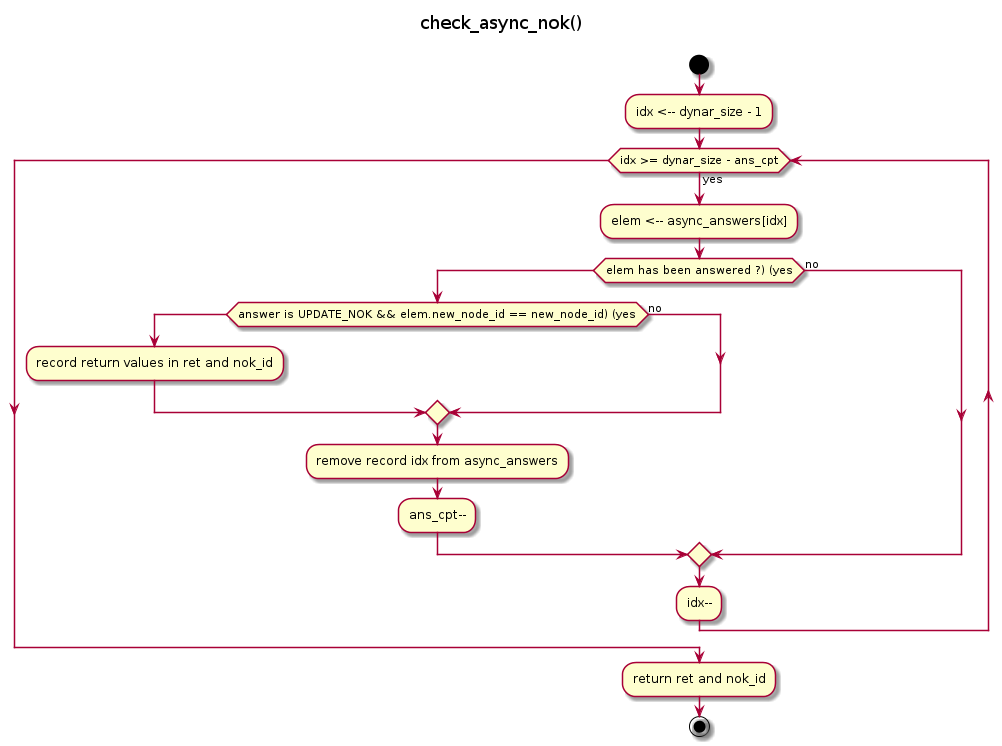
Earlier version of the PlantUML export doc/UML/Algo_check_async_nok.png (tof25/DST).
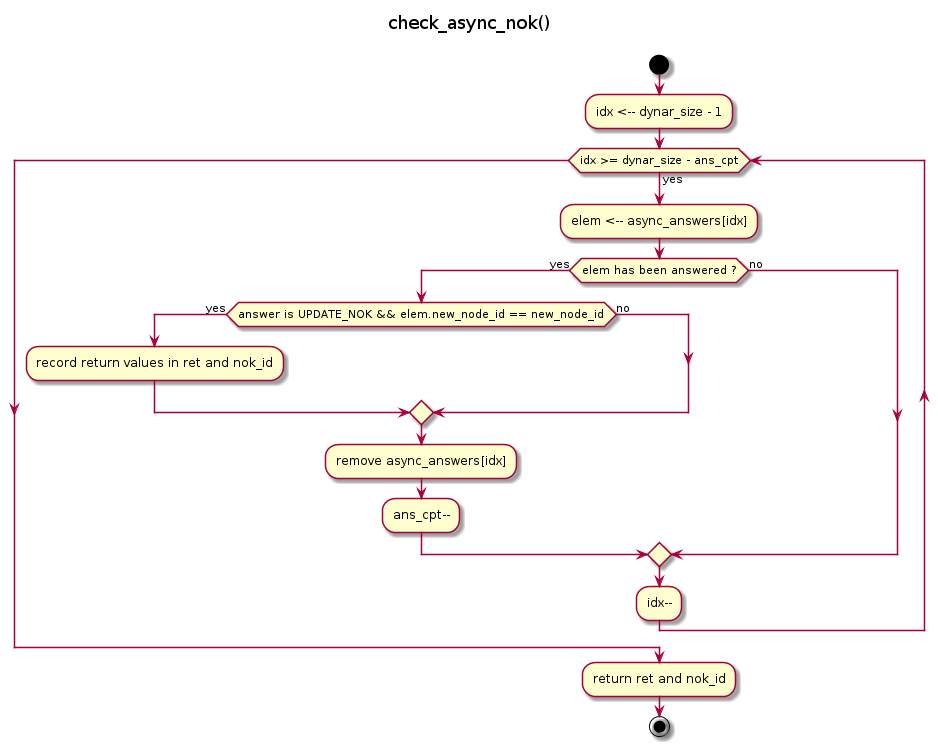
The same diagram one commit later.

Commit message:
Algo check_async_nok corrigé

Change to the diagram source:
```diff
@@ -10,12 +10,12 @@
 :idx <-- dynar_size - 1;
 while (idx >= dynar_size - ans_cpt) is (yes)
     :elem <-- async_answers[idx];
-    if (elem has been answered ?) (yes)
-        if (answer is UPDATE_NOK && elem.new_node_id == new_node_id) (yes)
+    if (elem has been answered ?) then (yes)
+        if (answer is UPDATE_NOK && elem.new_node_id == new_node_id) then (yes)
             :record return values in ret and nok_id;
         else (no)
         endif
-        :remove record idx from async_answers;
+        :remove async_answers[idx];
         :ans_cpt--;
     else (no)
     endif
```
